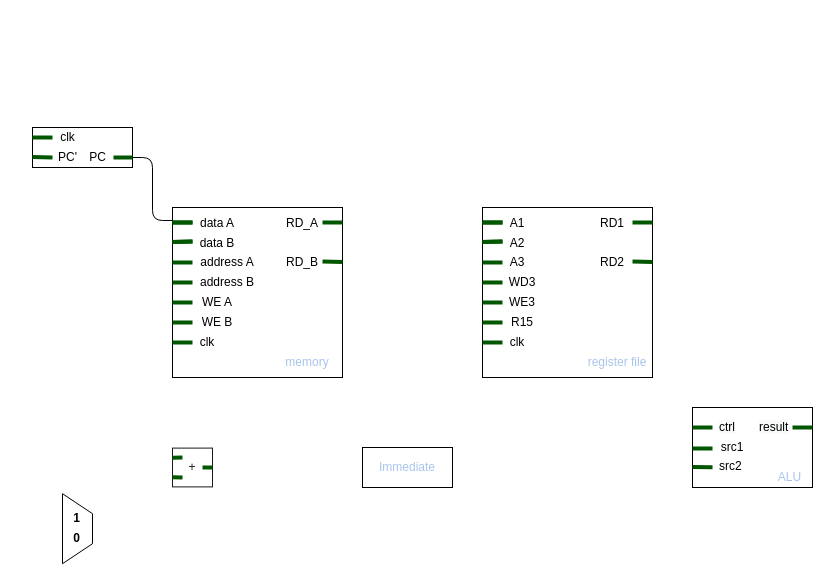
This is single-cycle-arm-microprocessor.drawio from AnaMaghradze/CE475_Microprocessors, a draw.io file, before an edit. Source tidied: cells renumbered, new cells numbered last; positions are measured from the earlier drawing's top-left corner, leaving out a move shared by most shapes. Both pictures are drawn from the tidied source at 100%, with x=0, y=0 at pixel (32, 127).
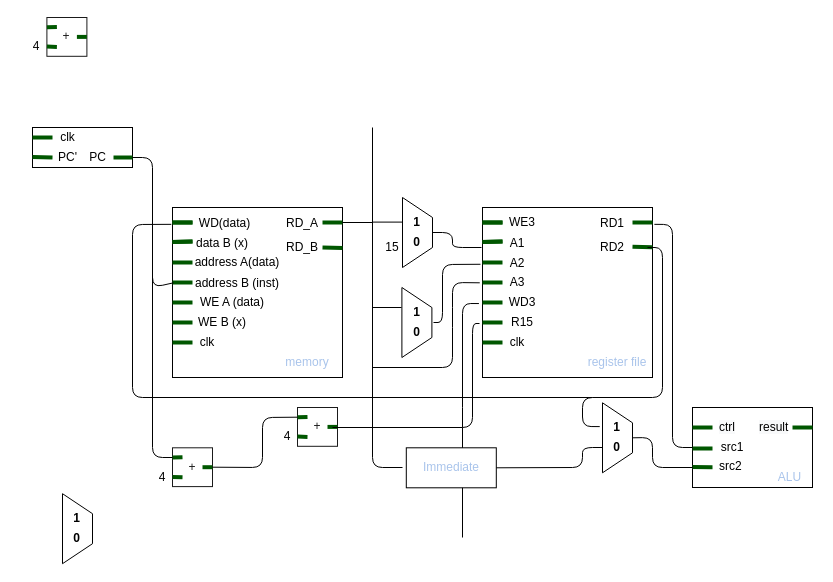
After the change.

Unchanged cells that the change refers to:
```xml
<mxCell id="2" style="whiteSpace=wrap;html=1;" parent="1" vertex="1">
  <mxGeometry x="140" y="80" width="170" height="170" as="geometry" />
</mxCell>
<mxCell id="15" style="rounded=0;whiteSpace=wrap;html=1;" parent="1" vertex="1">
  <mxGeometry x="660" y="280" width="120" height="80" as="geometry" />
</mxCell>
<mxCell id="40" style="whiteSpace=wrap;html=1;" parent="1" vertex="1">
  <mxGeometry x="450" y="80" width="170" height="170" as="geometry" />
</mxCell>
```

Change to the diagram source:
```diff
@@
+    <mxCell id="74" style="endArrow=none;html=1;fontColor=#1A1A1A;entryX=-0.021;entryY=0.565;entryDx=0;entryDy=0;entryPerimeter=0;" parent="1" edge="1" target="40">
+      <mxGeometry relative="1" as="geometry">
+        <mxPoint x="430" y="410" as="sourcePoint" />
+        <Array as="points">
+          <mxPoint x="430" y="290" />
+          <mxPoint x="430" y="176" />
+        </Array>
+      </mxGeometry>
+    </mxCell>
@@
     <mxCell id="13" style="endArrow=none;html=1;shadow=0;strokeColor=#005700;fillColor=#008A00;strokeWidth=4;" parent="1" edge="1">
       <mxGeometry relative="1" as="geometry">
-        <mxPoint x="290" y="134" as="sourcePoint" />
-        <mxPoint x="310" y="134.5" as="targetPoint" />
+        <mxPoint x="290" y="120" as="sourcePoint" />
+        <mxPoint x="310" y="120.5" as="targetPoint" />
       </mxGeometry>
     </mxCell>
     <mxCell id="14" style="rounded=0;whiteSpace=wrap;html=1;" parent="1" vertex="1">
-      <mxGeometry x="330" y="320" width="90" height="40" as="geometry" />
+      <mxGeometry x="373.8" y="320.3" width="90" height="40" as="geometry" />
     </mxCell>
@@
-    <mxCell id="30" value="data A" style="text;html=1;strokeColor=none;fillColor=none;align=center;verticalAlign=middle;whiteSpace=wrap;rounded=0;" parent="1" vertex="1">
-      <mxGeometry x="160" y="86.2" width="50" height="20" as="geometry" />
+    <mxCell id="30" value="WD(data)" style="text;html=1;strokeColor=none;fillColor=none;align=center;verticalAlign=middle;whiteSpace=wrap;rounded=0;" parent="1" vertex="1">
+      <mxGeometry x="165" y="86.2" width="55" height="20" as="geometry" />
     </mxCell>
-    <mxCell id="31" value="data B" style="text;html=1;strokeColor=none;fillColor=none;align=center;verticalAlign=middle;whiteSpace=wrap;rounded=0;" parent="1" vertex="1">
-      <mxGeometry x="160" y="106.2" width="50" height="20" as="geometry" />
+    <mxCell id="31" value="data B (x)" style="text;html=1;strokeColor=none;fillColor=none;align=center;verticalAlign=middle;whiteSpace=wrap;rounded=0;" parent="1" vertex="1">
+      <mxGeometry x="160" y="106.2" width="60" height="20" as="geometry" />
     </mxCell>
-    <mxCell id="32" value="address A" style="text;html=1;strokeColor=none;fillColor=none;align=center;verticalAlign=middle;whiteSpace=wrap;rounded=0;" parent="1" vertex="1">
-      <mxGeometry x="160" y="125" width="70" height="20" as="geometry" />
+    <mxCell id="32" value="address A(data)" style="text;html=1;strokeColor=none;fillColor=none;align=center;verticalAlign=middle;whiteSpace=wrap;rounded=0;" parent="1" vertex="1">
+      <mxGeometry x="160" y="125" width="90" height="20" as="geometry" />
     </mxCell>
-    <mxCell id="33" value="address B" style="text;html=1;strokeColor=none;fillColor=none;align=center;verticalAlign=middle;whiteSpace=wrap;rounded=0;" parent="1" vertex="1">
-      <mxGeometry x="160" y="145" width="70" height="20" as="geometry" />
+    <mxCell id="33" value="address B (inst)" style="text;html=1;strokeColor=none;fillColor=none;align=center;verticalAlign=middle;whiteSpace=wrap;rounded=0;" parent="1" vertex="1">
+      <mxGeometry x="155" y="146.2" width="100" height="20" as="geometry" />
     </mxCell>
-    <mxCell id="34" value="WE A" style="text;html=1;strokeColor=none;fillColor=none;align=center;verticalAlign=middle;whiteSpace=wrap;rounded=0;" parent="1" vertex="1">
-      <mxGeometry x="160" y="165" width="50" height="20" as="geometry" />
+    <mxCell id="34" value="WE A (data)" style="text;html=1;strokeColor=none;fillColor=none;align=center;verticalAlign=middle;whiteSpace=wrap;rounded=0;" parent="1" vertex="1">
+      <mxGeometry x="165" y="165" width="70" height="20" as="geometry" />
     </mxCell>
-    <mxCell id="35" value="WE B" style="text;html=1;strokeColor=none;fillColor=none;align=center;verticalAlign=middle;whiteSpace=wrap;rounded=0;" parent="1" vertex="1">
-      <mxGeometry x="160" y="185" width="50" height="20" as="geometry" />
+    <mxCell id="35" value="WE B (x)" style="text;html=1;strokeColor=none;fillColor=none;align=center;verticalAlign=middle;whiteSpace=wrap;rounded=0;" parent="1" vertex="1">
+      <mxGeometry x="160" y="185" width="60" height="20" as="geometry" />
     </mxCell>
@@
     <mxCell id="38" value="RD_B" style="text;html=1;strokeColor=none;fillColor=none;align=center;verticalAlign=middle;whiteSpace=wrap;rounded=0;" parent="1" vertex="1">
-      <mxGeometry x="235" y="125" width="70" height="20" as="geometry" />
+      <mxGeometry x="235" y="110" width="70" height="20" as="geometry" />
     </mxCell>
@@
     <mxCell id="51" style="endArrow=none;html=1;shadow=0;strokeColor=#005700;fillColor=#008A00;strokeWidth=4;" parent="1" edge="1">
       <mxGeometry relative="1" as="geometry">
-        <mxPoint x="600" y="134" as="sourcePoint" />
-        <mxPoint x="620" y="134.5" as="targetPoint" />
+        <mxPoint x="600" y="119.2" as="sourcePoint" />
+        <mxPoint x="620" y="119.7" as="targetPoint" />
       </mxGeometry>
     </mxCell>
     <mxCell id="52" value="A1" style="text;html=1;strokeColor=none;fillColor=none;align=center;verticalAlign=middle;whiteSpace=wrap;rounded=0;" parent="1" vertex="1">
-      <mxGeometry x="470" y="86.2" width="30" height="20" as="geometry" />
+      <mxGeometry x="470" y="106.2" width="30" height="20" as="geometry" />
     </mxCell>
     <mxCell id="53" value="A2" style="text;html=1;strokeColor=none;fillColor=none;align=center;verticalAlign=middle;whiteSpace=wrap;rounded=0;" parent="1" vertex="1">
-      <mxGeometry x="470" y="106.2" width="30" height="20" as="geometry" />
+      <mxGeometry x="470" y="126.2" width="30" height="20" as="geometry" />
     </mxCell>
     <mxCell id="54" value="A3" style="text;html=1;strokeColor=none;fillColor=none;align=center;verticalAlign=middle;whiteSpace=wrap;rounded=0;" parent="1" vertex="1">
-      <mxGeometry x="470" y="125" width="30" height="20" as="geometry" />
+      <mxGeometry x="470" y="145" width="30" height="20" as="geometry" />
     </mxCell>
     <mxCell id="55" value="WD3" style="text;html=1;strokeColor=none;fillColor=none;align=center;verticalAlign=middle;whiteSpace=wrap;rounded=0;" parent="1" vertex="1">
-      <mxGeometry x="470" y="145" width="40" height="20" as="geometry" />
+      <mxGeometry x="470" y="165" width="40" height="20" as="geometry" />
     </mxCell>
     <mxCell id="56" value="WE3" style="text;html=1;strokeColor=none;fillColor=none;align=center;verticalAlign=middle;whiteSpace=wrap;rounded=0;" parent="1" vertex="1">
-      <mxGeometry x="470" y="165" width="40" height="20" as="geometry" />
+      <mxGeometry x="470" y="85" width="40" height="20" as="geometry" />
     </mxCell>
@@
     <mxCell id="60" value="RD2" style="text;html=1;strokeColor=none;fillColor=none;align=center;verticalAlign=middle;whiteSpace=wrap;rounded=0;" parent="1" vertex="1">
-      <mxGeometry x="545" y="125" width="70" height="20" as="geometry" />
+      <mxGeometry x="545" y="110" width="70" height="20" as="geometry" />
     </mxCell>
@@
     <mxCell id="67" value="Immediate" style="text;html=1;strokeColor=none;fillColor=none;align=center;verticalAlign=middle;whiteSpace=wrap;rounded=0;fontColor=#A9C4EB;" parent="1" vertex="1">
-      <mxGeometry x="340" y="330" width="70" height="20" as="geometry" />
+      <mxGeometry x="383.8" y="330.3" width="70" height="20" as="geometry" />
     </mxCell>
-    <mxCell id="68" style="endArrow=none;html=1;fontColor=#A9C4EB;" parent="1" edge="1">
+    <mxCell id="68" style="endArrow=none;html=1;fontColor=#A9C4EB;exitX=0.006;exitY=0.443;exitDx=0;exitDy=0;exitPerimeter=0;" parent="1" edge="1" source="2">
       <mxGeometry relative="1" as="geometry">
-        <mxPoint x="140" y="93" as="sourcePoint" />
         <mxPoint x="100" y="30" as="targetPoint" />
         <Array as="points">
-          <mxPoint x="120" y="93" />
+          <mxPoint x="120" y="160" />
           <mxPoint x="120" y="30" />
         </Array>
       </mxGeometry>
     </mxCell>
     <mxCell id="69" style="rounded=0;whiteSpace=wrap;html=1;fontColor=#1A1A1A;strokeColor=#1A1A1A;" parent="1" vertex="1">
-      <mxGeometry x="140" y="320.6" width="40" height="38.8" as="geometry" />
+      <mxGeometry x="14.4" y="-110" width="40" height="38.8" as="geometry" />
     </mxCell>
     <mxCell id="70" value="+" style="text;html=1;strokeColor=none;fillColor=none;align=center;verticalAlign=middle;whiteSpace=wrap;rounded=0;fontColor=#1A1A1A;" parent="1" vertex="1">
-      <mxGeometry x="150" y="330" width="20" height="20" as="geometry" />
+      <mxGeometry x="24.4" y="-100.6" width="20" height="20" as="geometry" />
     </mxCell>
     <mxCell id="71" style="endArrow=none;html=1;shadow=0;strokeColor=#005700;fillColor=#008A00;strokeWidth=4;exitX=0;exitY=0.25;exitDx=0;exitDy=0;" parent="1" edge="1" source="69">
       <mxGeometry relative="1" as="geometry">
-        <mxPoint x="150" y="330" as="targetPoint" />
+        <mxPoint x="24.4" y="-100.6" as="targetPoint" />
       </mxGeometry>
     </mxCell>
     <mxCell id="72" style="endArrow=none;html=1;shadow=0;strokeColor=#005700;fillColor=#008A00;strokeWidth=4;exitX=0;exitY=0.75;exitDx=0;exitDy=0;" parent="1" edge="1" source="69">
       <mxGeometry relative="1" as="geometry">
-        <mxPoint x="150" y="350" as="targetPoint" />
+        <mxPoint x="24.4" y="-80.6" as="targetPoint" />
       </mxGeometry>
     </mxCell>
     <mxCell id="73" style="endArrow=none;html=1;shadow=0;strokeColor=#005700;fillColor=#008A00;strokeWidth=4;exitX=1;exitY=0.5;exitDx=0;exitDy=0;" parent="1" edge="1" source="70">
       <mxGeometry relative="1" as="geometry">
-        <mxPoint x="180" y="340" as="targetPoint" />
+        <mxPoint x="54.4" y="-90.6" as="targetPoint" />
         <Array as="points">
-          <mxPoint x="180" y="340" />
+          <mxPoint x="54.4" y="-90.6" />
         </Array>
       </mxGeometry>
     </mxCell>
+    <mxCell id="75" value="4" style="text;html=1;strokeColor=none;fillColor=none;align=center;verticalAlign=middle;whiteSpace=wrap;rounded=0;" parent="1" vertex="1">
+      <mxGeometry x="-15.6" y="-90.6" width="40" height="20" as="geometry" />
+    </mxCell>
+    <mxCell id="76" style="rounded=0;whiteSpace=wrap;html=1;fontColor=#1A1A1A;strokeColor=#1A1A1A;" parent="1" vertex="1">
+      <mxGeometry x="140" y="320.3" width="40" height="38.8" as="geometry" />
+    </mxCell>
+    <mxCell id="77" value="+" style="text;html=1;strokeColor=none;fillColor=none;align=center;verticalAlign=middle;whiteSpace=wrap;rounded=0;fontColor=#1A1A1A;" parent="1" vertex="1">
+      <mxGeometry x="150" y="329.7" width="20" height="20" as="geometry" />
+    </mxCell>
+    <mxCell id="78" style="endArrow=none;html=1;shadow=0;strokeColor=#005700;fillColor=#008A00;strokeWidth=4;exitX=0;exitY=0.25;exitDx=0;exitDy=0;" parent="1" edge="1" source="76">
+      <mxGeometry relative="1" as="geometry">
+        <mxPoint x="150" y="329.7" as="targetPoint" />
+      </mxGeometry>
+    </mxCell>
+    <mxCell id="79" style="endArrow=none;html=1;shadow=0;strokeColor=#005700;fillColor=#008A00;strokeWidth=4;exitX=0;exitY=0.75;exitDx=0;exitDy=0;" parent="1" edge="1" source="76">
+      <mxGeometry relative="1" as="geometry">
+        <mxPoint x="150" y="349.7" as="targetPoint" />
+      </mxGeometry>
+    </mxCell>
+    <mxCell id="80" style="endArrow=none;html=1;shadow=0;strokeColor=#005700;fillColor=#008A00;strokeWidth=4;exitX=1;exitY=0.5;exitDx=0;exitDy=0;" parent="1" edge="1" source="77">
+      <mxGeometry relative="1" as="geometry">
+        <mxPoint x="180" y="339.7" as="targetPoint" />
+        <Array as="points">
+          <mxPoint x="180" y="339.7" />
+        </Array>
+      </mxGeometry>
+    </mxCell>
+    <mxCell id="81" value="4" style="text;html=1;strokeColor=none;fillColor=none;align=center;verticalAlign=middle;whiteSpace=wrap;rounded=0;" parent="1" vertex="1">
+      <mxGeometry x="110" y="339.7" width="40" height="20" as="geometry" />
+    </mxCell>
+    <mxCell id="82" style="endArrow=none;html=1;fontColor=#1A1A1A;" parent="1" edge="1">
+      <mxGeometry relative="1" as="geometry">
+        <mxPoint x="370" y="340" as="sourcePoint" />
+        <mxPoint x="340" as="targetPoint" />
+        <Array as="points">
+          <mxPoint x="340" y="340" />
+        </Array>
+      </mxGeometry>
+    </mxCell>
+    <mxCell id="83" style="endArrow=none;html=1;fontColor=#1A1A1A;" parent="1" edge="1">
+      <mxGeometry relative="1" as="geometry">
+        <mxPoint x="310" y="95" as="sourcePoint" />
+        <mxPoint x="340" y="95" as="targetPoint" />
+      </mxGeometry>
+    </mxCell>
+    <mxCell id="84" style="endArrow=none;html=1;fontColor=#1A1A1A;" parent="1" edge="1">
+      <mxGeometry relative="1" as="geometry">
+        <mxPoint x="140" y="330" as="sourcePoint" />
+        <mxPoint x="120" y="80" as="targetPoint" />
+        <Array as="points">
+          <mxPoint x="120" y="330" />
+        </Array>
+      </mxGeometry>
+    </mxCell>
+    <mxCell id="85" style="rounded=0;whiteSpace=wrap;html=1;fontColor=#1A1A1A;strokeColor=#1A1A1A;" parent="1" vertex="1">
+      <mxGeometry x="265" y="280" width="40" height="38.8" as="geometry" />
+    </mxCell>
+    <mxCell id="86" value="+" style="text;html=1;strokeColor=none;fillColor=none;align=center;verticalAlign=middle;whiteSpace=wrap;rounded=0;fontColor=#1A1A1A;" parent="1" vertex="1">
+      <mxGeometry x="275" y="289.4" width="20" height="20" as="geometry" />
+    </mxCell>
+    <mxCell id="87" style="endArrow=none;html=1;shadow=0;strokeColor=#005700;fillColor=#008A00;strokeWidth=4;exitX=0;exitY=0.25;exitDx=0;exitDy=0;" parent="1" edge="1" source="85">
+      <mxGeometry relative="1" as="geometry">
+        <mxPoint x="275" y="289.4" as="targetPoint" />
+      </mxGeometry>
+    </mxCell>
+    <mxCell id="88" style="endArrow=none;html=1;shadow=0;strokeColor=#005700;fillColor=#008A00;strokeWidth=4;exitX=0;exitY=0.75;exitDx=0;exitDy=0;" parent="1" edge="1" source="85">
+      <mxGeometry relative="1" as="geometry">
+        <mxPoint x="275" y="309.4" as="targetPoint" />
+      </mxGeometry>
+    </mxCell>
+    <mxCell id="89" style="endArrow=none;html=1;shadow=0;strokeColor=#005700;fillColor=#008A00;strokeWidth=4;exitX=1;exitY=0.5;exitDx=0;exitDy=0;" parent="1" edge="1" source="86">
+      <mxGeometry relative="1" as="geometry">
+        <mxPoint x="305" y="299.4" as="targetPoint" />
+        <Array as="points">
+          <mxPoint x="305" y="299.4" />
+        </Array>
+      </mxGeometry>
+    </mxCell>
+    <mxCell id="90" value="4" style="text;html=1;strokeColor=none;fillColor=none;align=center;verticalAlign=middle;whiteSpace=wrap;rounded=0;" parent="1" vertex="1">
+      <mxGeometry x="235" y="298.8" width="40" height="20" as="geometry" />
+    </mxCell>
+    <mxCell id="91" style="endArrow=none;html=1;fontColor=#1A1A1A;entryX=0;entryY=0.25;entryDx=0;entryDy=0;exitX=1;exitY=0.5;exitDx=0;exitDy=0;" parent="1" edge="1" source="76" target="85">
+      <mxGeometry relative="1" as="geometry">
+        <Array as="points">
+          <mxPoint x="230" y="340" />
+          <mxPoint x="230" y="290" />
+        </Array>
+      </mxGeometry>
+    </mxCell>
+    <mxCell id="92" style="shape=trapezoid;perimeter=trapezoidPerimeter;whiteSpace=wrap;html=1;fixedSize=1;rotation=90;" parent="1" vertex="1">
+      <mxGeometry x="350" y="90" width="70" height="30" as="geometry" />
+    </mxCell>
+    <mxCell id="93" value="&lt;b&gt;1&lt;/b&gt;" style="text;html=1;align=center;verticalAlign=middle;fillColor=none;strokeColor=none;rounded=0;" parent="1" vertex="1">
+      <mxGeometry x="374.4" y="85" width="20" height="20" as="geometry" />
+    </mxCell>
+    <mxCell id="94" value="&lt;b&gt;0&lt;/b&gt;" style="text;html=1;align=center;verticalAlign=middle;fillColor=none;strokeColor=none;rounded=0;" parent="1" vertex="1">
+      <mxGeometry x="374.4" y="105" width="20" height="20" as="geometry" />
+    </mxCell>
+    <mxCell id="95" style="shape=trapezoid;perimeter=trapezoidPerimeter;whiteSpace=wrap;html=1;fixedSize=1;rotation=90;" parent="1" vertex="1">
+      <mxGeometry x="349.4" y="180" width="70" height="30" as="geometry" />
+    </mxCell>
+    <mxCell id="96" value="&lt;b&gt;1&lt;/b&gt;" style="text;html=1;align=center;verticalAlign=middle;fillColor=none;strokeColor=none;rounded=0;" parent="1" vertex="1">
+      <mxGeometry x="373.8" y="175" width="20" height="20" as="geometry" />
+    </mxCell>
+    <mxCell id="97" value="&lt;b&gt;0&lt;/b&gt;" style="text;html=1;align=center;verticalAlign=middle;fillColor=none;strokeColor=none;rounded=0;" parent="1" vertex="1">
+      <mxGeometry x="373.8" y="195" width="20" height="20" as="geometry" />
+    </mxCell>
+    <mxCell id="98" style="endArrow=none;html=1;fontColor=#1A1A1A;" parent="1" edge="1">
+      <mxGeometry relative="1" as="geometry">
+        <mxPoint x="340" y="94.6" as="sourcePoint" />
+        <mxPoint x="370" y="94.6" as="targetPoint" />
+      </mxGeometry>
+    </mxCell>
+    <mxCell id="99" value="15" style="text;html=1;strokeColor=none;fillColor=none;align=center;verticalAlign=middle;whiteSpace=wrap;rounded=0;" parent="1" vertex="1">
+      <mxGeometry x="340" y="110" width="40" height="20" as="geometry" />
+    </mxCell>
+    <mxCell id="100" style="endArrow=none;html=1;fontColor=#1A1A1A;" parent="1" edge="1">
+      <mxGeometry relative="1" as="geometry">
+        <mxPoint x="369" y="180" as="sourcePoint" />
+        <mxPoint x="340" y="180" as="targetPoint" />
+      </mxGeometry>
+    </mxCell>
+    <mxCell id="101" style="endArrow=none;html=1;fontColor=#1A1A1A;entryX=-0.016;entryY=0.443;entryDx=0;entryDy=0;entryPerimeter=0;" parent="1" edge="1" target="40">
+      <mxGeometry relative="1" as="geometry">
+        <mxPoint x="340" y="240" as="sourcePoint" />
+        <Array as="points">
+          <mxPoint x="420" y="240" />
+          <mxPoint x="420" y="190" />
+          <mxPoint x="420" y="155" />
+        </Array>
+      </mxGeometry>
+    </mxCell>
+    <mxCell id="102" style="endArrow=none;html=1;fontColor=#1A1A1A;entryX=-0.012;entryY=0.334;entryDx=0;entryDy=0;entryPerimeter=0;" parent="1" edge="1" target="40">
+      <mxGeometry relative="1" as="geometry">
+        <mxPoint x="401" y="195" as="sourcePoint" />
+        <Array as="points">
+          <mxPoint x="410" y="195" />
+          <mxPoint x="410" y="137" />
+        </Array>
+      </mxGeometry>
+    </mxCell>
+    <mxCell id="103" style="endArrow=none;html=1;fontColor=#1A1A1A;" parent="1" edge="1">
+      <mxGeometry relative="1" as="geometry">
+        <mxPoint x="400" y="105" as="sourcePoint" />
+        <mxPoint x="449" y="120" as="targetPoint" />
+        <Array as="points">
+          <mxPoint x="420" y="105" />
+          <mxPoint x="420" y="120" />
+        </Array>
+      </mxGeometry>
+    </mxCell>
+    <mxCell id="104" style="endArrow=none;html=1;fontColor=#1A1A1A;" parent="1" edge="1">
+      <mxGeometry relative="1" as="geometry">
+        <mxPoint x="300" y="300" as="sourcePoint" />
+        <mxPoint x="447" y="196" as="targetPoint" />
+        <Array as="points">
+          <mxPoint x="440" y="300" />
+          <mxPoint x="440" y="196" />
+        </Array>
+      </mxGeometry>
+    </mxCell>
+    <mxCell id="105" style="endArrow=none;html=1;fontColor=#1A1A1A;entryX=1.011;entryY=0.099;entryDx=0;entryDy=0;entryPerimeter=0;exitX=0;exitY=0.5;exitDx=0;exitDy=0;" parent="1" edge="1" source="15" target="40">
+      <mxGeometry relative="1" as="geometry">
+        <Array as="points">
+          <mxPoint x="640" y="320" />
+          <mxPoint x="640" y="97" />
+        </Array>
+      </mxGeometry>
+    </mxCell>
+    <mxCell id="106" style="shape=trapezoid;perimeter=trapezoidPerimeter;whiteSpace=wrap;html=1;fixedSize=1;rotation=90;" parent="1" vertex="1">
+      <mxGeometry x="550" y="295.3" width="70" height="30" as="geometry" />
+    </mxCell>
+    <mxCell id="107" value="&lt;b&gt;1&lt;/b&gt;" style="text;html=1;align=center;verticalAlign=middle;fillColor=none;strokeColor=none;rounded=0;" parent="1" vertex="1">
+      <mxGeometry x="574.4" y="290.3" width="20" height="20" as="geometry" />
+    </mxCell>
+    <mxCell id="108" value="&lt;b&gt;0&lt;/b&gt;" style="text;html=1;align=center;verticalAlign=middle;fillColor=none;strokeColor=none;rounded=0;" parent="1" vertex="1">
+      <mxGeometry x="574.4" y="310.3" width="20" height="20" as="geometry" />
+    </mxCell>
+    <mxCell id="109" style="endArrow=none;html=1;fontColor=#1A1A1A;entryX=0.34;entryY=1.092;entryDx=0;entryDy=0;entryPerimeter=0;exitX=1;exitY=0.5;exitDx=0;exitDy=0;" parent="1" edge="1" source="60" target="106">
+      <mxGeometry relative="1" as="geometry">
+        <Array as="points">
+          <mxPoint x="630" y="120" />
+          <mxPoint x="630" y="270" />
+          <mxPoint x="550" y="270" />
+          <mxPoint x="550" y="299" />
+        </Array>
+      </mxGeometry>
+    </mxCell>
+    <mxCell id="110" style="endArrow=none;html=1;fontColor=#1A1A1A;exitX=1;exitY=0.5;exitDx=0;exitDy=0;" parent="1" edge="1" source="14">
+      <mxGeometry relative="1" as="geometry">
+        <mxPoint x="570" y="320" as="targetPoint" />
+        <Array as="points">
+          <mxPoint x="550" y="340" />
+          <mxPoint x="550" y="320" />
+        </Array>
+      </mxGeometry>
+    </mxCell>
+    <mxCell id="111" style="endArrow=none;html=1;fontColor=#1A1A1A;entryX=0.5;entryY=0;entryDx=0;entryDy=0;exitX=0;exitY=0.75;exitDx=0;exitDy=0;" parent="1" edge="1" source="15" target="106">
+      <mxGeometry relative="1" as="geometry">
+        <Array as="points">
+          <mxPoint x="620" y="340" />
+          <mxPoint x="620" y="310" />
+        </Array>
+      </mxGeometry>
+    </mxCell>
+    <mxCell id="112" style="endArrow=none;html=1;fontColor=#1A1A1A;exitX=-0.007;exitY=0.099;exitDx=0;exitDy=0;exitPerimeter=0;" parent="1" edge="1" source="2">
+      <mxGeometry relative="1" as="geometry">
+        <mxPoint x="560" y="270" as="targetPoint" />
+        <Array as="points">
+          <mxPoint x="100" y="97" />
+          <mxPoint x="100" y="270" />
+        </Array>
+      </mxGeometry>
+    </mxCell>
```
